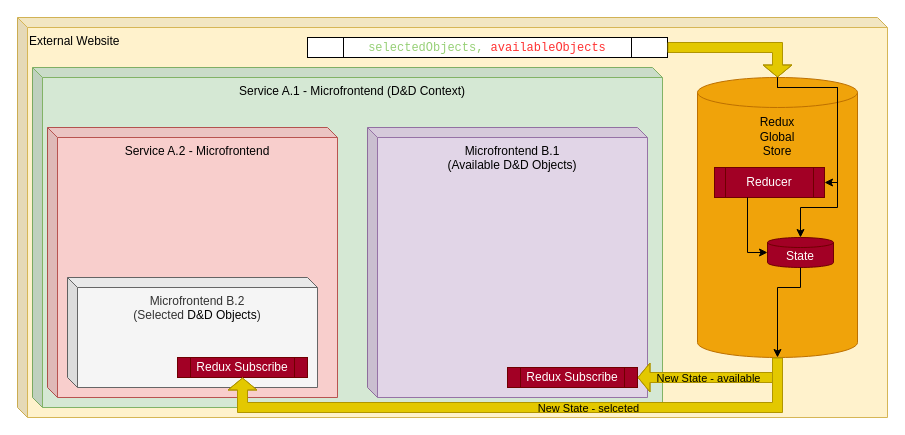
Earlier version of the draw.io diagram page "Old" (1 of 4) of ComponentDiagram.drawio (Jereczek/Drag-And-Drop-React-Microfrontends). Source tidied: cells renumbered, new cells numbered last; positions are measured from the earlier drawing's top-left corner, leaving out a move shared by most shapes. Both pictures are drawn from the tidied source at 100%, with x=0, y=0 at pixel (17, 17).
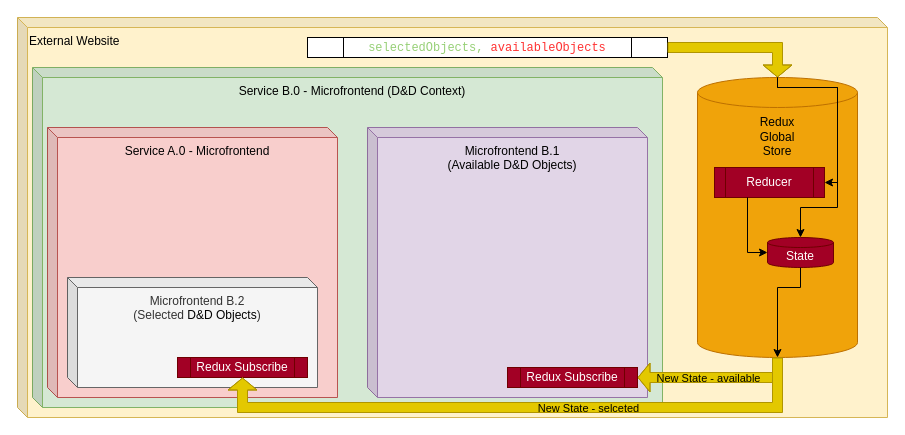
After the change.

What changed in the source:
```diff
@@
-    <mxCell id="3" value="Service A.1 - Microfrontend (D&amp;amp;D Context)" style="shape=cube;whiteSpace=wrap;html=1;boundedLbl=1;backgroundOutline=1;darkOpacity=0.05;darkOpacity2=0.1;size=10;verticalAlign=top;fillColor=#d5e8d4;strokeColor=#82b366;" parent="1" vertex="1">
+    <mxCell id="3" value="Service B.0 - Microfrontend (D&amp;amp;D Context)" style="shape=cube;whiteSpace=wrap;html=1;boundedLbl=1;backgroundOutline=1;darkOpacity=0.05;darkOpacity2=0.1;size=10;verticalAlign=top;fillColor=#d5e8d4;strokeColor=#82b366;" parent="1" vertex="1">
       <mxGeometry x="15" y="50" width="630" height="340" as="geometry" />
     </mxCell>
-    <mxCell id="4" value="Service A.2 - Microfrontend" style="shape=cube;whiteSpace=wrap;html=1;boundedLbl=1;backgroundOutline=1;darkOpacity=0.05;darkOpacity2=0.1;size=10;verticalAlign=top;fillColor=#f8cecc;strokeColor=#b85450;" parent="1" vertex="1">
+    <mxCell id="4" value="Service A.0 - Microfrontend" style="shape=cube;whiteSpace=wrap;html=1;boundedLbl=1;backgroundOutline=1;darkOpacity=0.05;darkOpacity2=0.1;size=10;verticalAlign=top;fillColor=#f8cecc;strokeColor=#b85450;" parent="1" vertex="1">
       <mxGeometry x="30" y="110" width="290" height="270" as="geometry" />
     </mxCell>
```
